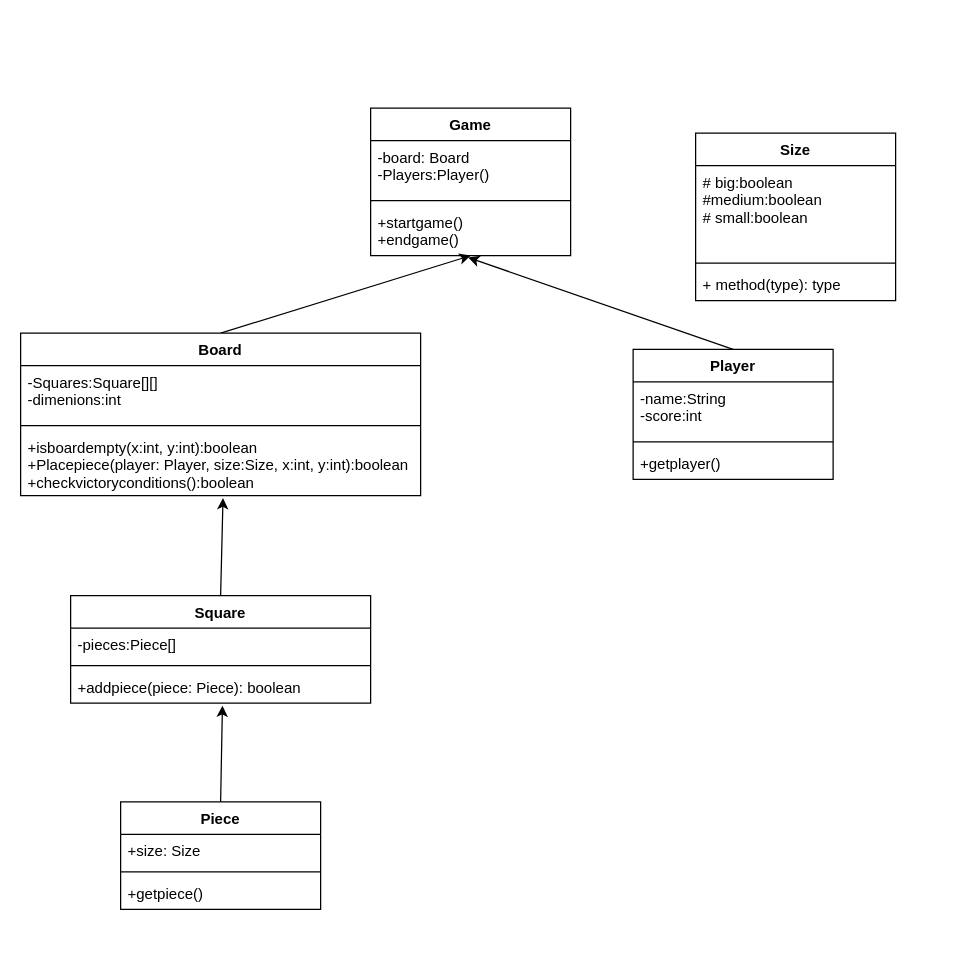
Before: Week7/Inheritance_concepts/src/project/project t2.drawio in Julian-Florez/OOP-Project, a draw.io diagram. Source tidied: cells renumbered, new cells numbered last; positions are measured from the earlier drawing's top-left corner, leaving out a move shared by most shapes. Both pictures are drawn from the tidied source at 125%, with x=0, y=0 at pixel (20, 108).
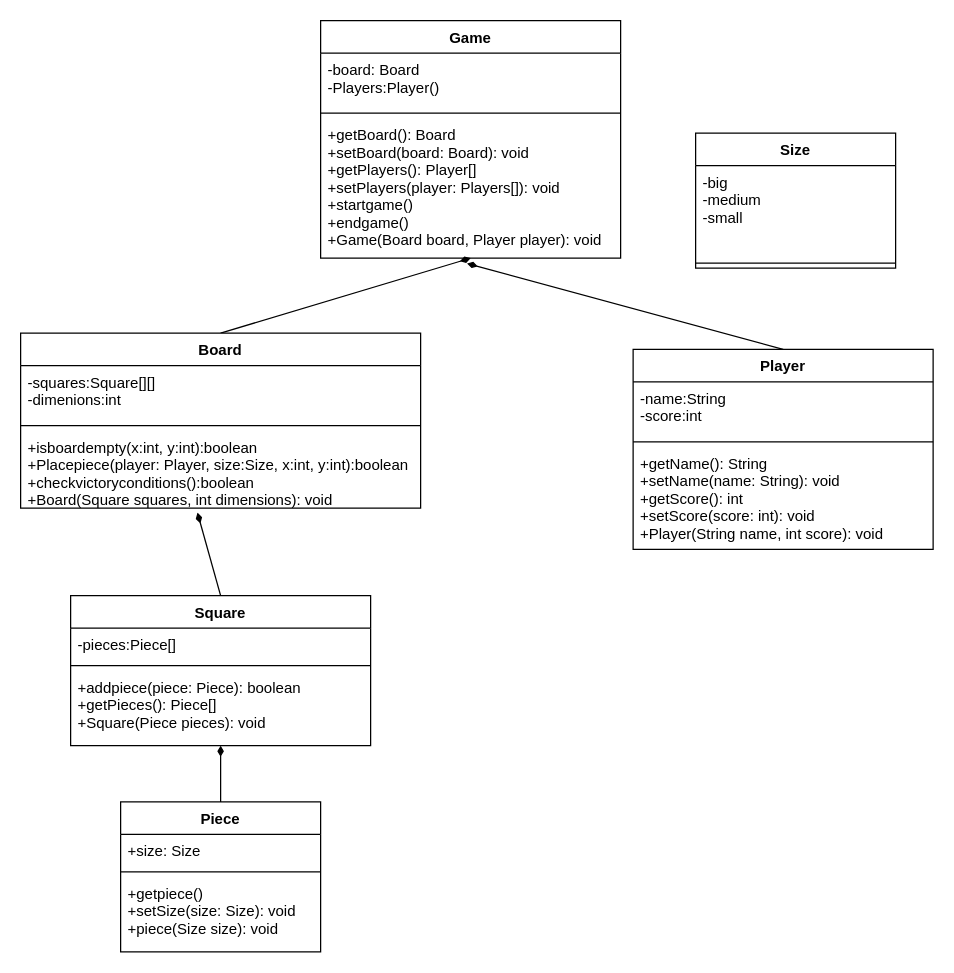
After the change.

What changed in the source:
```diff
@@
     <mxCell id="2" value="Game" style="swimlane;fontStyle=1;align=center;verticalAlign=top;horizontal=1;startSize=26;" parent="1" vertex="1">
-      <mxGeometry x="280" width="160" height="118" as="geometry" />
+      <mxGeometry x="240" y="-70" width="240" height="190" as="geometry" />
     </mxCell>
     <mxCell id="3" value="-board: Board&#10;-Players:Player()" style="text;strokeColor=none;fillColor=none;align=left;verticalAlign=top;spacingLeft=4;spacingRight=4;overflow=hidden;" parent="2" vertex="1">
-      <mxGeometry y="26" width="160" height="44" as="geometry" />
+      <mxGeometry y="26" width="240" height="44" as="geometry" />
     </mxCell>
     <mxCell id="4" style="line;strokeWidth=1;fillColor=none;align=left;verticalAlign=middle;spacingTop=-1;spacingLeft=3;spacingRight=3;labelPosition=right;strokeColor=inherit;" parent="2" vertex="1">
-      <mxGeometry y="70" width="160" height="8" as="geometry" />
+      <mxGeometry y="70" width="240" height="8" as="geometry" />
     </mxCell>
-    <mxCell id="5" value="+startgame()&#10;+endgame()" style="text;strokeColor=none;fillColor=none;align=left;verticalAlign=top;spacingLeft=4;spacingRight=4;overflow=hidden;points=[[0,0.5],[1,0.5]];portConstraint=eastwest;" parent="2" vertex="1">
-      <mxGeometry y="78" width="160" height="40" as="geometry" />
+    <mxCell id="5" value="+getBoard(): Board&#10;+setBoard(board: Board): void &#10;+getPlayers(): Player[]&#10;+setPlayers(player: Players[]): void &#10;+startgame()&#10;+endgame()&#10;+Game(Board board, Player player): void" style="text;strokeColor=none;fillColor=none;align=left;verticalAlign=top;spacingLeft=4;spacingRight=4;overflow=hidden;points=[[0,0.5],[1,0.5]];portConstraint=eastwest;" parent="2" vertex="1">
+      <mxGeometry y="78" width="240" height="112" as="geometry" />
     </mxCell>
-    <mxCell id="6" style="edgeStyle=none;html=1;exitX=0.5;exitY=0;exitDx=0;exitDy=0;entryX=0.5;entryY=1;entryDx=0;entryDy=0;entryPerimeter=0;" parent="1" edge="1" source="7" target="5">
+    <mxCell id="6" style="edgeStyle=none;html=1;exitX=0.5;exitY=0;exitDx=0;exitDy=0;entryX=0.5;entryY=1;entryDx=0;entryDy=0;entryPerimeter=0;endArrow=diamondThin;endFill=1;" parent="1" edge="1" source="7" target="5">
       <mxGeometry relative="1" as="geometry" />
     </mxCell>
     <mxCell id="7" value="Board" style="swimlane;fontStyle=1;align=center;verticalAlign=top;horizontal=1;startSize=26;" parent="1" vertex="1">
-      <mxGeometry y="180" width="320" height="130" as="geometry" />
+      <mxGeometry y="180" width="320" height="140" as="geometry" />
     </mxCell>
-    <mxCell id="8" value="-Squares:Square[][]&#10;-dimenions:int" style="text;strokeColor=none;fillColor=none;align=left;verticalAlign=top;spacingLeft=4;spacingRight=4;overflow=hidden;" parent="7" vertex="1">
+    <mxCell id="8" value="-squares:Square[][]&#10;-dimenions:int" style="text;strokeColor=none;fillColor=none;align=left;verticalAlign=top;spacingLeft=4;spacingRight=4;overflow=hidden;" parent="7" vertex="1">
       <mxGeometry y="26" width="320" height="44" as="geometry" />
     </mxCell>
@@
-    <mxCell id="10" value="+isboardempty(x:int, y:int):boolean&#10;+Placepiece(player: Player, size:Size, x:int, y:int):boolean&#10;+checkvictoryconditions():boolean" style="text;strokeColor=none;fillColor=none;align=left;verticalAlign=top;spacingLeft=4;spacingRight=4;overflow=hidden;points=[[0,0.5],[1,0.5]];portConstraint=eastwest;" parent="7" vertex="1">
-      <mxGeometry y="78" width="320" height="52" as="geometry" />
+    <mxCell id="10" value="+isboardempty(x:int, y:int):boolean&#10;+Placepiece(player: Player, size:Size, x:int, y:int):boolean&#10;+checkvictoryconditions():boolean&#10;+Board(Square squares, int dimensions): void" style="text;strokeColor=none;fillColor=none;align=left;verticalAlign=top;spacingLeft=4;spacingRight=4;overflow=hidden;points=[[0,0.5],[1,0.5]];portConstraint=eastwest;" parent="7" vertex="1">
+      <mxGeometry y="78" width="320" height="62" as="geometry" />
     </mxCell>
-    <mxCell id="11" style="edgeStyle=none;html=1;exitX=0.5;exitY=0;exitDx=0;exitDy=0;entryX=0.488;entryY=1.038;entryDx=0;entryDy=0;entryPerimeter=0;" parent="1" edge="1" source="12" target="5">
+    <mxCell id="11" style="edgeStyle=none;html=1;exitX=0.5;exitY=0;exitDx=0;exitDy=0;entryX=0.488;entryY=1.038;entryDx=0;entryDy=0;entryPerimeter=0;endArrow=diamondThin;endFill=1;" parent="1" edge="1" source="12" target="5">
       <mxGeometry relative="1" as="geometry" />
     </mxCell>
     <mxCell id="12" value="Player" style="swimlane;fontStyle=1;align=center;verticalAlign=top;horizontal=1;startSize=26;" parent="1" vertex="1">
-      <mxGeometry x="490" y="193" width="160" height="104" as="geometry" />
+      <mxGeometry x="490" y="193" width="240" height="160" as="geometry" />
     </mxCell>
     <mxCell id="13" value="-name:String&#10;-score:int" style="text;strokeColor=none;fillColor=none;align=left;verticalAlign=top;spacingLeft=4;spacingRight=4;overflow=hidden;" parent="12" vertex="1">
-      <mxGeometry y="26" width="160" height="44" as="geometry" />
+      <mxGeometry y="26" width="240" height="44" as="geometry" />
     </mxCell>
     <mxCell id="14" style="line;strokeWidth=1;fillColor=none;align=left;verticalAlign=middle;spacingTop=-1;spacingLeft=3;spacingRight=3;labelPosition=right;strokeColor=inherit;" parent="12" vertex="1">
-      <mxGeometry y="70" width="160" height="8" as="geometry" />
+      <mxGeometry y="70" width="240" height="8" as="geometry" />
     </mxCell>
-    <mxCell id="15" value="+getplayer()" style="text;strokeColor=none;fillColor=none;align=left;verticalAlign=top;spacingLeft=4;spacingRight=4;overflow=hidden;" parent="12" vertex="1">
-      <mxGeometry y="78" width="160" height="26" as="geometry" />
+    <mxCell id="15" value="+getName(): String&#10;+setName(name: String): void&#10;+getScore(): int&#10;+setScore(score: int): void&#10;+Player(String name, int score): void" style="text;strokeColor=none;fillColor=none;align=left;verticalAlign=top;spacingLeft=4;spacingRight=4;overflow=hidden;" parent="12" vertex="1">
+      <mxGeometry y="78" width="240" height="82" as="geometry" />
     </mxCell>
-    <mxCell id="16" style="edgeStyle=none;html=1;exitX=0.5;exitY=0;exitDx=0;exitDy=0;entryX=0.506;entryY=1.038;entryDx=0;entryDy=0;entryPerimeter=0;" parent="1" edge="1" source="17" target="10">
+    <mxCell id="16" style="edgeStyle=none;html=1;exitX=0.5;exitY=0;exitDx=0;exitDy=0;entryX=0.442;entryY=1.058;entryDx=0;entryDy=0;entryPerimeter=0;endArrow=diamondThin;endFill=1;" parent="1" edge="1" source="17" target="10">
       <mxGeometry relative="1" as="geometry" />
     </mxCell>
     <mxCell id="17" value="Square" style="swimlane;fontStyle=1;align=center;verticalAlign=top;horizontal=1;startSize=26;" parent="1" vertex="1">
-      <mxGeometry x="40" y="390" width="240" height="86" as="geometry" />
+      <mxGeometry x="40" y="390" width="240" height="120" as="geometry" />
     </mxCell>
@@
-    <mxCell id="20" value="+addpiece(piece: Piece): boolean" style="text;strokeColor=none;fillColor=none;align=left;verticalAlign=top;spacingLeft=4;spacingRight=4;overflow=hidden;points=[[0,0.5],[1,0.5]];portConstraint=eastwest;" parent="17" vertex="1">
-      <mxGeometry y="60" width="240" height="26" as="geometry" />
+    <mxCell id="20" value="+addpiece(piece: Piece): boolean&#10;+getPieces(): Piece[]&#10;+Square(Piece pieces): void" style="text;strokeColor=none;fillColor=none;align=left;verticalAlign=top;spacingLeft=4;spacingRight=4;overflow=hidden;points=[[0,0.5],[1,0.5]];portConstraint=eastwest;" parent="17" vertex="1">
+      <mxGeometry y="60" width="240" height="60" as="geometry" />
     </mxCell>
-    <mxCell id="21" style="edgeStyle=none;html=1;exitX=0.5;exitY=0;exitDx=0;exitDy=0;entryX=0.506;entryY=1.077;entryDx=0;entryDy=0;entryPerimeter=0;" parent="1" edge="1" source="22" target="20">
+    <mxCell id="21" style="edgeStyle=none;html=1;exitX=0.5;exitY=0;exitDx=0;exitDy=0;endArrow=diamondThin;endFill=1;" parent="1" edge="1" source="22" target="20">
       <mxGeometry relative="1" as="geometry" />
     </mxCell>
     <mxCell id="22" value="Piece" style="swimlane;fontStyle=1;align=center;verticalAlign=top;horizontal=1;startSize=26;" parent="1" vertex="1">
-      <mxGeometry x="80" y="555" width="160" height="86" as="geometry" />
+      <mxGeometry x="80" y="555" width="160" height="120" as="geometry" />
     </mxCell>
@@
-    <mxCell id="25" value="+getpiece()" style="text;strokeColor=none;fillColor=none;align=left;verticalAlign=top;spacingLeft=4;spacingRight=4;overflow=hidden;" parent="22" vertex="1">
-      <mxGeometry y="60" width="160" height="26" as="geometry" />
+    <mxCell id="25" value="+getpiece()&#10;+setSize(size: Size): void&#10;+piece(Size size): void" style="text;strokeColor=none;fillColor=none;align=left;verticalAlign=top;spacingLeft=4;spacingRight=4;overflow=hidden;" parent="22" vertex="1">
+      <mxGeometry y="60" width="160" height="60" as="geometry" />
     </mxCell>
     <mxCell id="26" value="Size" style="swimlane;fontStyle=1;align=center;verticalAlign=top;horizontal=1;startSize=26;" parent="1" vertex="1">
-      <mxGeometry x="540" y="20" width="160" height="134" as="geometry" />
+      <mxGeometry x="540" y="20" width="160" height="108" as="geometry" />
     </mxCell>
-    <mxCell id="27" value="# big:boolean&#10;#medium:boolean&#10;# small:boolean" style="text;strokeColor=none;fillColor=none;align=left;verticalAlign=top;spacingLeft=4;spacingRight=4;overflow=hidden;" parent="26" vertex="1">
+    <mxCell id="27" value="-big&#10;-medium&#10;-small" style="text;strokeColor=none;fillColor=none;align=left;verticalAlign=top;spacingLeft=4;spacingRight=4;overflow=hidden;" parent="26" vertex="1">
       <mxGeometry y="26" width="160" height="74" as="geometry" />
     </mxCell>
@@
-    <mxCell id="29" value="+ method(type): type" style="text;strokeColor=none;fillColor=none;align=left;verticalAlign=top;spacingLeft=4;spacingRight=4;overflow=hidden;" parent="26" vertex="1">
-      <mxGeometry y="108" width="160" height="26" as="geometry" />
-    </mxCell>
```
